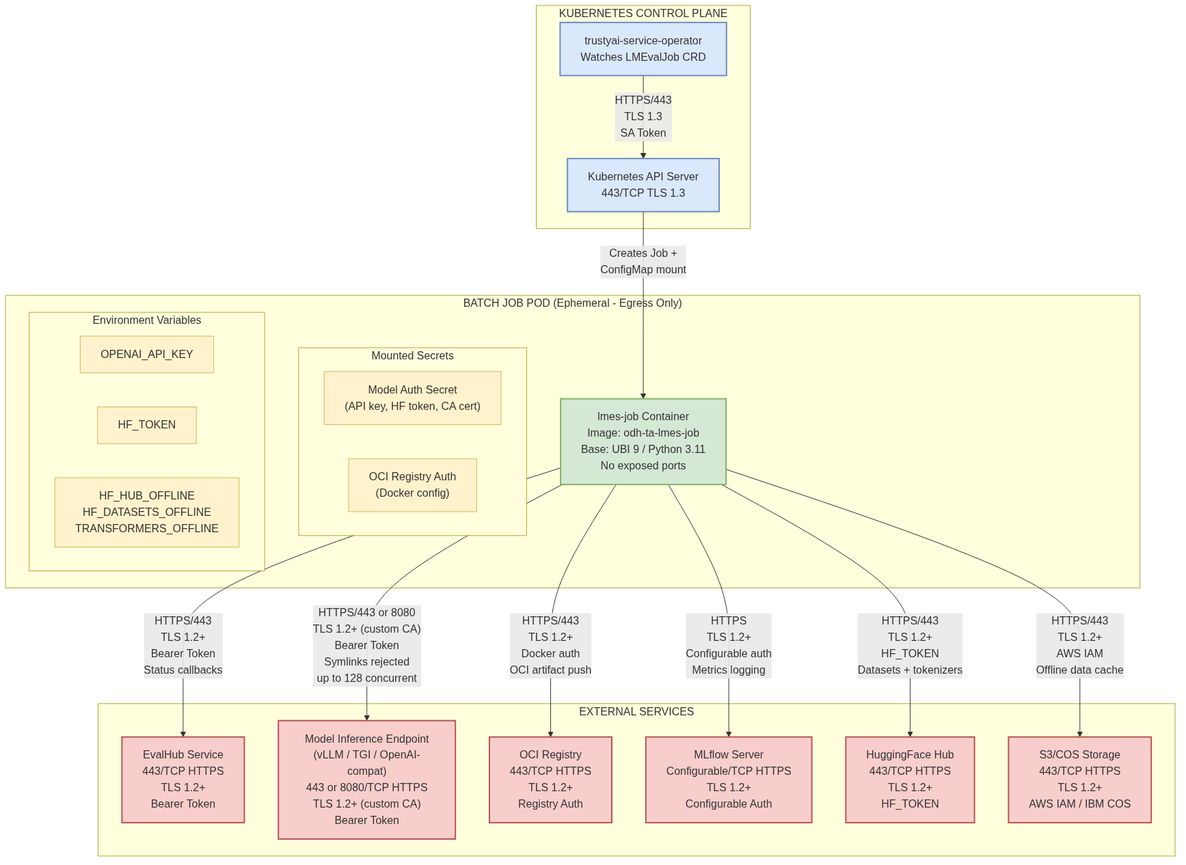
rhuss/architecture-context keeps this Mermaid diagram as architecture/rhoai.next/diagrams/lm-evaluation-harness-security-network.png. Above is the earlier version. Its source is kept beside it as architecture/rhoai.next/diagrams/lm-evaluation-harness-security-network.mmd.
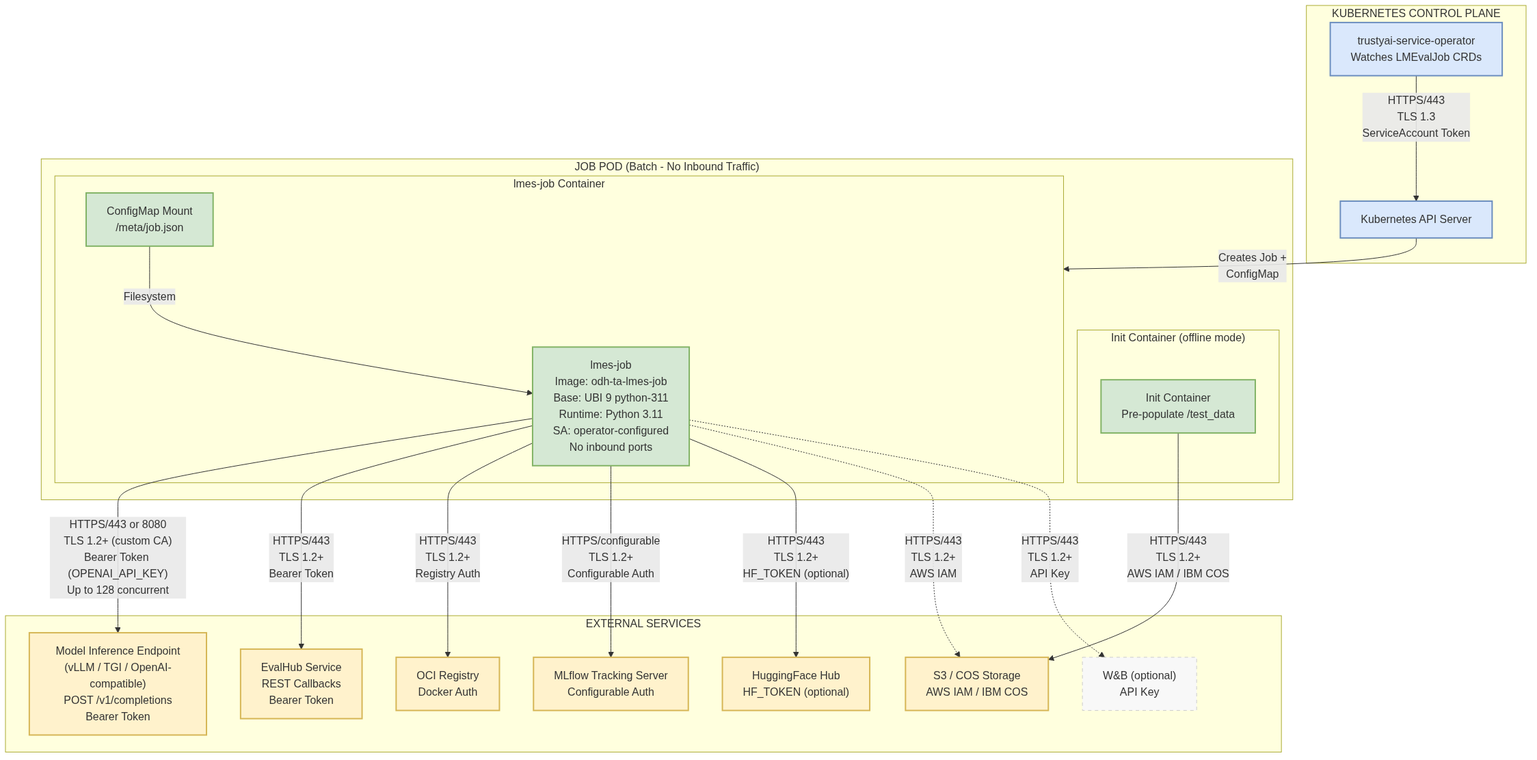
Later version of the same file.

The edit, as a diff of the source:
```diff
@@ -1,51 +1,60 @@
 graph TB
     subgraph ControlPlane["KUBERNETES CONTROL PLANE"]
-        Operator["trustyai-service-operator<br/>Watches LMEvalJob CRD"]
-        K8sAPI["Kubernetes API Server<br/>443/TCP TLS 1.3"]
+        Operator["trustyai-service-operator<br/>Watches LMEvalJob CRDs"]
+        K8sAPI["Kubernetes API Server"]
     end
 
-    subgraph BatchJob["BATCH JOB POD (Ephemeral - Egress Only)"]
+    subgraph JobPod["JOB POD (Batch - No Inbound Traffic)"]
         direction TB
-        JobPod["lmes-job Container<br/>Image: odh-ta-lmes-job<br/>Base: UBI 9 / Python 3.11<br/>No exposed ports"]
 
-        subgraph Secrets["Mounted Secrets"]
-            ModelSecret["Model Auth Secret<br/>(API key, HF token, CA cert)"]
-            OCIAuth["OCI Registry Auth<br/>(Docker config)"]
+        subgraph InitContainer["Init Container (offline mode)"]
+            Init["Init Container<br/>Pre-populate /test_data"]
         end
 
-        subgraph EnvVars["Environment Variables"]
-            APIKey["OPENAI_API_KEY"]
-            HFToken["HF_TOKEN"]
-            OfflineFlags["HF_HUB_OFFLINE<br/>HF_DATASETS_OFFLINE<br/>TRANSFORMERS_OFFLINE"]
+        subgraph MainContainer["lmes-job Container"]
+            LMESJob["lmes-job<br/>Image: odh-ta-lmes-job<br/>Base: UBI 9 python-311<br/>Runtime: Python 3.11<br/>SA: operator-configured<br/>No inbound ports"]
+            ConfigMount["ConfigMap Mount<br/>/meta/job.json"]
         end
     end
 
     subgraph ExternalServices["EXTERNAL SERVICES"]
-        direction TB
-        EvalHub["EvalHub Service<br/>443/TCP HTTPS<br/>TLS 1.2+<br/>Bearer Token"]
-        ModelEndpoint["Model Inference Endpoint<br/>(vLLM / TGI / OpenAI-compat)<br/>443 or 8080/TCP HTTPS<br/>TLS 1.2+ (custom CA)<br/>Bearer Token"]
-        OCIRegistry["OCI Registry<br/>443/TCP HTTPS<br/>TLS 1.2+<br/>Registry Auth"]
-        MLflow["MLflow Server<br/>Configurable/TCP HTTPS<br/>TLS 1.2+<br/>Configurable Auth"]
-        HFHub["HuggingFace Hub<br/>443/TCP HTTPS<br/>TLS 1.2+<br/>HF_TOKEN"]
-        S3["S3/COS Storage<br/>443/TCP HTTPS<br/>TLS 1.2+<br/>AWS IAM / IBM COS"]
+        ModelEndpoint["Model Inference Endpoint<br/>(vLLM / TGI / OpenAI-compatible)<br/>POST /v1/completions<br/>Bearer Token"]
+        EvalHub["EvalHub Service<br/>REST Callbacks<br/>Bearer Token"]
+        OCIRegistry["OCI Registry<br/>Docker Auth"]
+        MLflow["MLflow Tracking Server<br/>Configurable Auth"]
+        HFHub["HuggingFace Hub<br/>HF_TOKEN (optional)"]
+        S3["S3 / COS Storage<br/>AWS IAM / IBM COS"]
+        WandB["W&B (optional)<br/>API Key"]
     end
 
-    Operator -->|"HTTPS/443<br/>TLS 1.3<br/>SA Token"| K8sAPI
-    K8sAPI -->|"Creates Job +<br/>ConfigMap mount"| JobPod
+    Operator -->|"HTTPS/443<br/>TLS 1.3<br/>ServiceAccount Token"| K8sAPI
+    K8sAPI -->|"Creates Job +<br/>ConfigMap"| MainContainer
 
-    JobPod -->|"HTTPS/443<br/>TLS 1.2+<br/>Bearer Token<br/>Status callbacks"| EvalHub
-    JobPod -->|"HTTPS/443 or 8080<br/>TLS 1.2+ (custom CA)<br/>Bearer Token<br/>Symlinks rejected<br/>up to 128 concurrent"| ModelEndpoint
-    JobPod -->|"HTTPS/443<br/>TLS 1.2+<br/>Docker auth<br/>OCI artifact push"| OCIRegistry
-    JobPod -->|"HTTPS<br/>TLS 1.2+<br/>Configurable auth<br/>Metrics logging"| MLflow
-    JobPod -->|"HTTPS/443<br/>TLS 1.2+<br/>HF_TOKEN<br/>Datasets + tokenizers"| HFHub
-    JobPod -->|"HTTPS/443<br/>TLS 1.2+<br/>AWS IAM<br/>Offline data cache"| S3
+    Init -->|"HTTPS/443<br/>TLS 1.2+<br/>AWS IAM / IBM COS"| S3
+
+    LMESJob -->|"HTTPS/443 or 8080<br/>TLS 1.2+ (custom CA)<br/>Bearer Token (OPENAI_API_KEY)<br/>Up to 128 concurrent"| ModelEndpoint
+
+    LMESJob -->|"HTTPS/443<br/>TLS 1.2+<br/>Bearer Token"| EvalHub
+
+    LMESJob -->|"HTTPS/443<br/>TLS 1.2+<br/>Registry Auth"| OCIRegistry
+
+    LMESJob -->|"HTTPS/configurable<br/>TLS 1.2+<br/>Configurable Auth"| MLflow
+
+    LMESJob -->|"HTTPS/443<br/>TLS 1.2+<br/>HF_TOKEN (optional)"| HFHub
+
+    LMESJob -.->|"HTTPS/443<br/>TLS 1.2+<br/>AWS IAM"| S3
+
+    LMESJob -.->|"HTTPS/443<br/>TLS 1.2+<br/>API Key"| WandB
+
+    ConfigMount -->|"Filesystem"| LMESJob
 
     classDef controlplane fill:#dae8fc,stroke:#6c8ebf,stroke-width:2px
-    classDef batchjob fill:#d5e8d4,stroke:#82b366,stroke-width:2px
-    classDef secrets fill:#fff2cc,stroke:#d6b656,stroke-width:1px
-    classDef external fill:#f8cecc,stroke:#b85450,stroke-width:2px
+    classDef jobpod fill:#d5e8d4,stroke:#82b366,stroke-width:2px
+    classDef container fill:#e1f5e1,stroke:#82b366,stroke-width:1px
+    classDef external fill:#fff2cc,stroke:#d6b656,stroke-width:2px
+    classDef optional fill:#f8f8f8,stroke:#ccc,stroke-width:1px,stroke-dasharray: 5 5
 
     class Operator,K8sAPI controlplane
-    class JobPod batchjob
-    class ModelSecret,OCIAuth,APIKey,HFToken,OfflineFlags secrets
-    class EvalHub,ModelEndpoint,OCIRegistry,MLflow,HFHub,S3 external
+    class LMESJob,Init,ConfigMount jobpod
+    class ModelEndpoint,EvalHub,OCIRegistry,MLflow,HFHub,S3 external
+    class WandB optional
```
